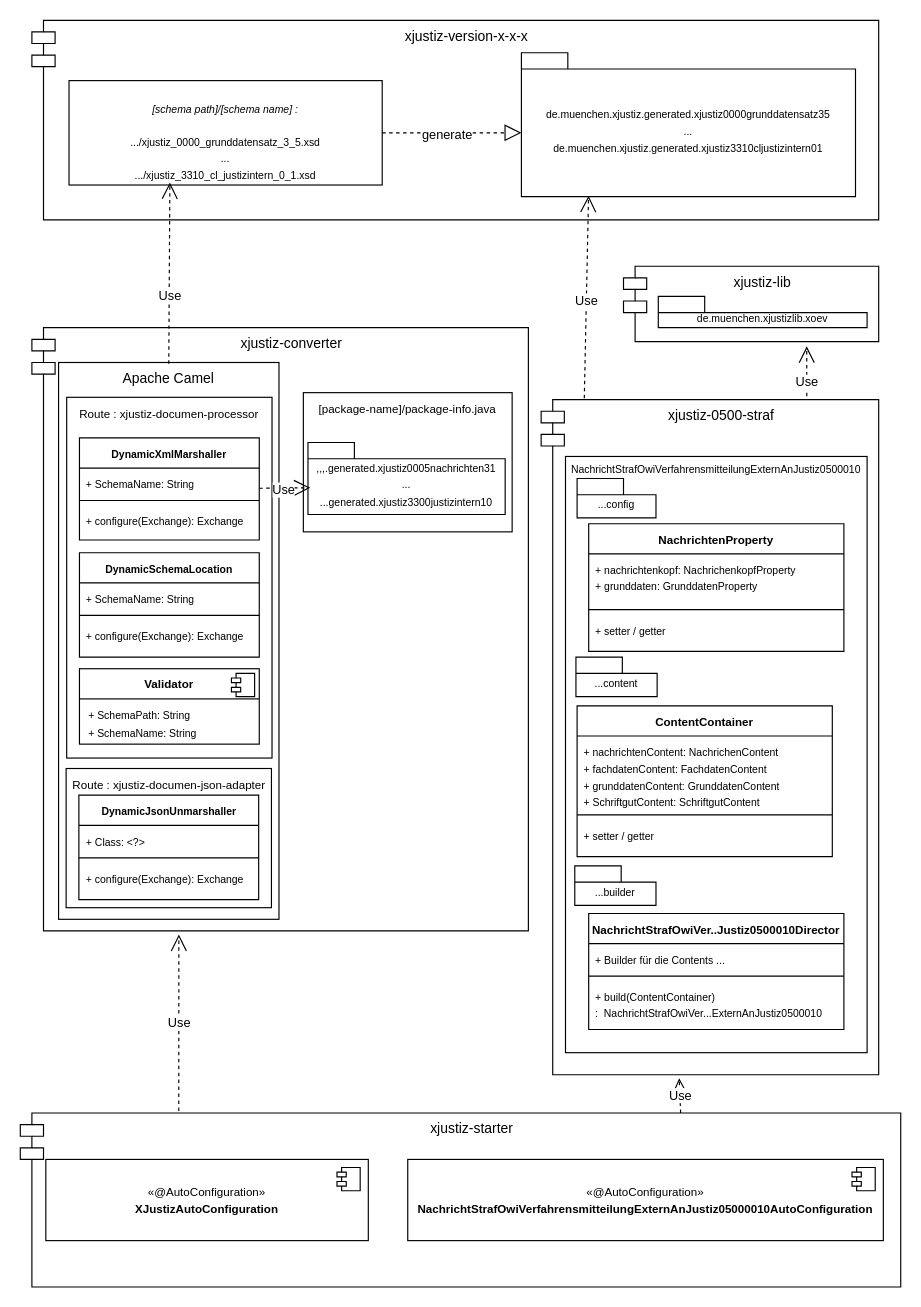
Above: docs/Moduls_latest.drawio in it-at-m/xjustiz (draw.io), before the change. Source tidied: cells renumbered, new cells numbered last; positions are measured from the earlier drawing's top-left corner, leaving out a move shared by most shapes. Both pictures are drawn from the tidied source at 116%, with x=0, y=0 at pixel (20, 20).
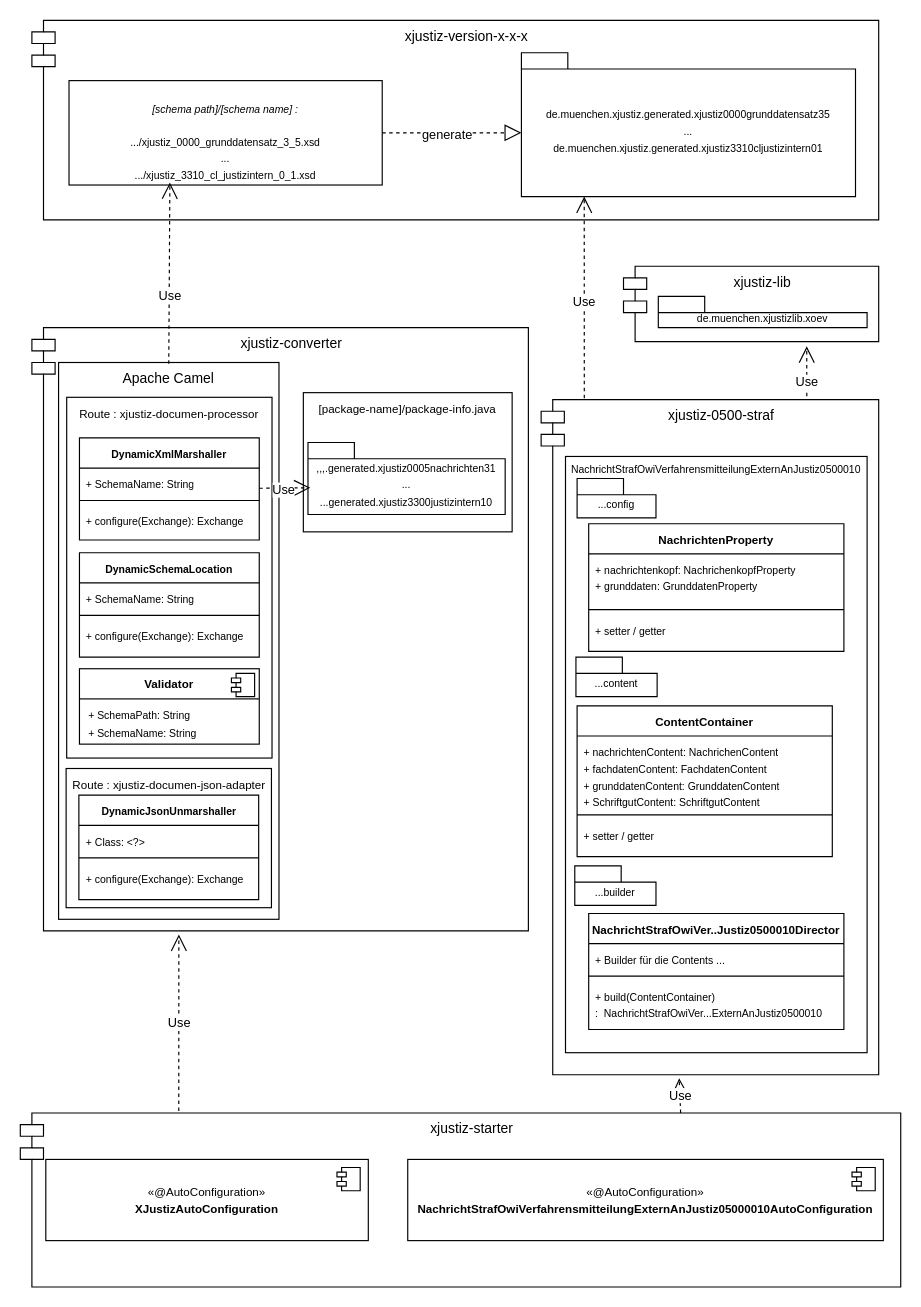
The same page after the edit.

The change refers to these unchanged cells:
```xml
<mxCell id="10" value="&lt;span style=&quot;font-weight: normal;&quot;&gt;&lt;font style=&quot;font-size: 9px;&quot;&gt;de.muenchen.xjustiz.generated.xjustiz0000grunddatensatz35&lt;/font&gt;&lt;/span&gt;&lt;div&gt;&lt;span style=&quot;font-weight: normal;&quot;&gt;&lt;font style=&quot;font-size: 9px;&quot;&gt;...&lt;/font&gt;&lt;/span&gt;&lt;/div&gt;&lt;div&gt;&lt;span style=&quot;font-size: 9px; font-weight: 400;&quot;&gt;de.muenchen.xjustiz.generated.xjustiz3310cljustizintern01&lt;/span&gt;&lt;span style=&quot;font-weight: normal;&quot;&gt;&lt;font style=&quot;font-size: 9px;&quot;&gt;&lt;/font&gt;&lt;/span&gt;&lt;/div&gt;" style="shape=folder;fontStyle=1;spacingTop=10;tabWidth=40;tabHeight=14;tabPosition=left;html=1;whiteSpace=wrap;" parent="1" vertex="1">
  <mxGeometry x="432" y="28" width="288" height="124" as="geometry" />
</mxCell>
```

The edit, as a diff of the source:
```diff
@@
-    <mxCell id="17" value="Use" style="endArrow=open;endSize=12;dashed=1;html=1;rounded=0;exitX=0.382;exitY=-0.002;exitDx=0;exitDy=0;entryX=0.201;entryY=0.994;entryDx=0;entryDy=0;entryPerimeter=0;exitPerimeter=0;" parent="1" edge="1" target="10">
+    <mxCell id="17" value="Use" style="endArrow=open;endSize=12;dashed=1;html=1;rounded=0;exitX=0.382;exitY=-0.002;exitDx=0;exitDy=0;exitPerimeter=0;entryX=0.188;entryY=1;entryDx=0;entryDy=0;entryPerimeter=0;" parent="1" edge="1" target="10">
       <mxGeometry x="-0.04" relative="1" as="geometry">
         <mxPoint x="486.2" y="325.8" as="sourcePoint" />
       </mxGeometry>
     </mxCell>
```
